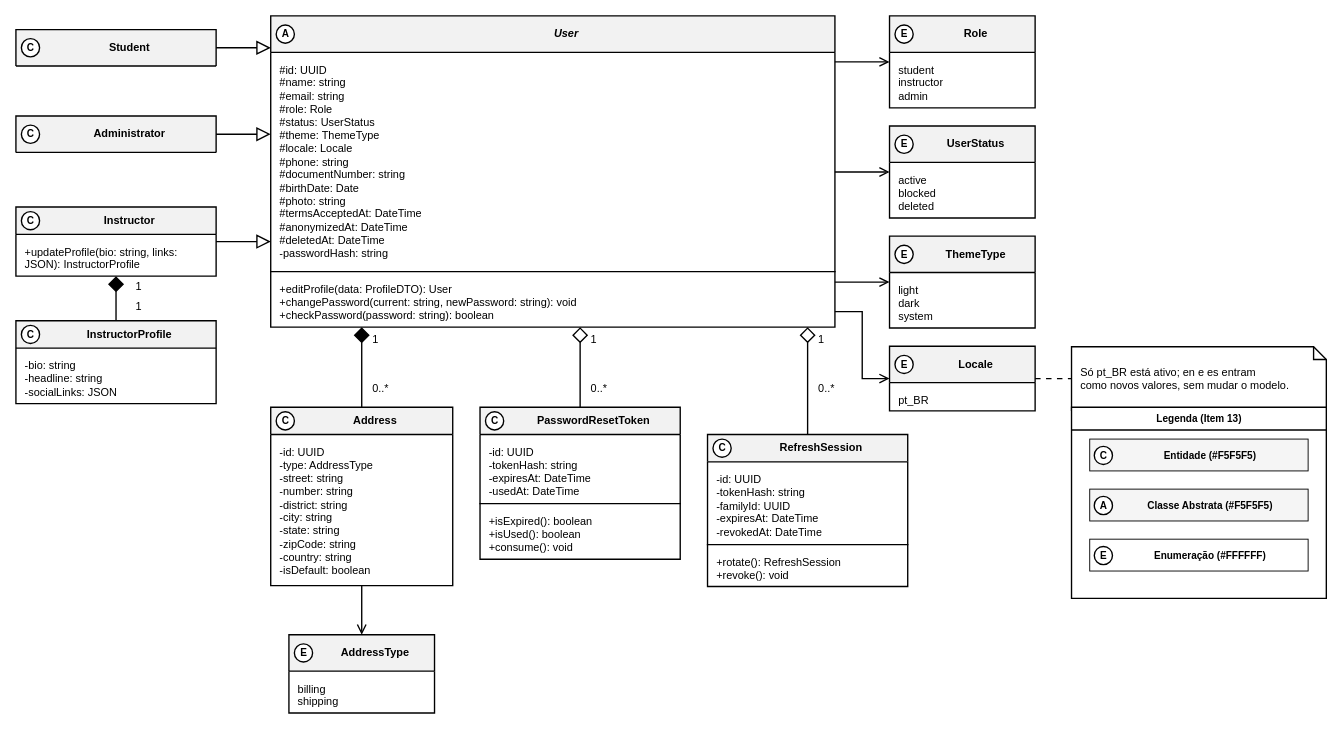
Above: especificacao/diagramas/13-classes-area-a-negocial.drawio in Plataforma-de-Cursos-TCC/plataforma-cursos-docs (draw.io), before the change. Source tidied: cells renumbered, new cells numbered last; positions are measured from the earlier drawing's top-left corner, leaving out a move shared by most shapes. Both pictures are drawn from the tidied source at 91%, with x=0, y=0 at pixel (15, 15).
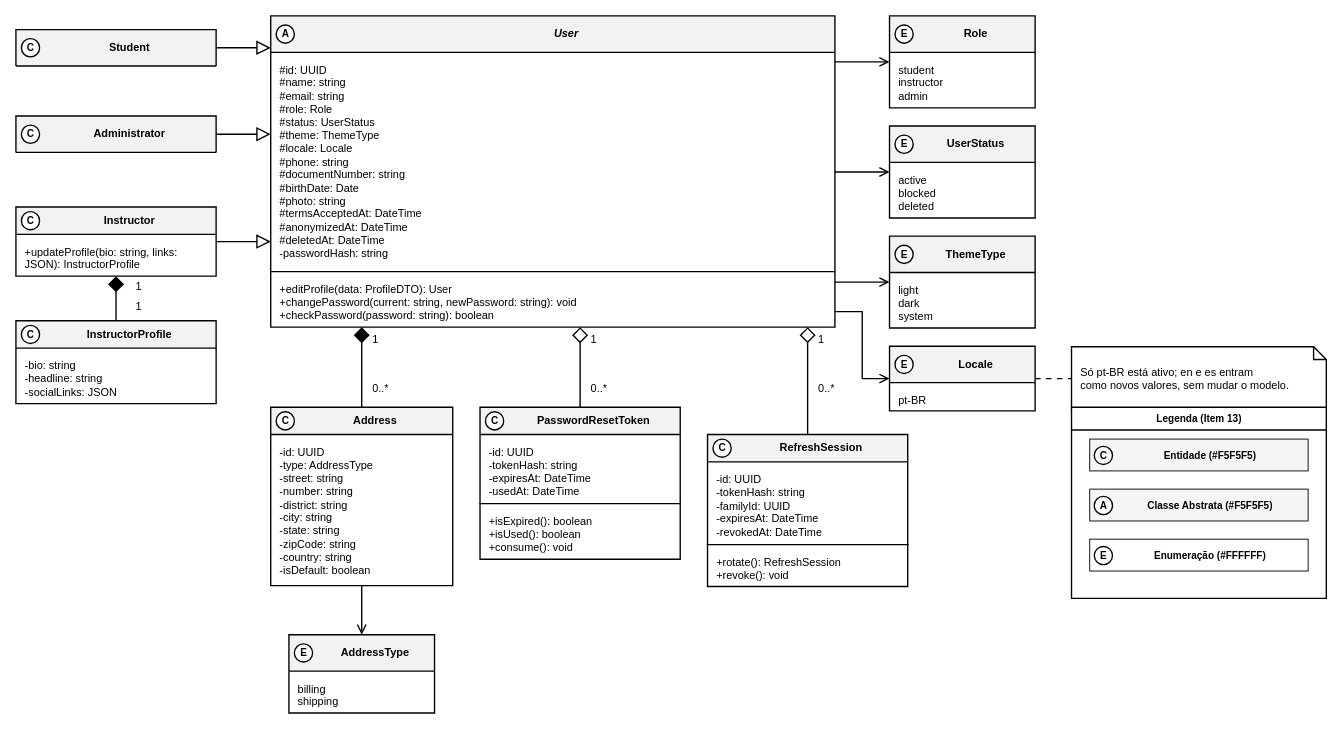
After the change.

Commit message (it also covers changes not shown here):
docs(diagrama-de-classes): align Area A reset expiry, ApiException and locale

Unchanged cells that the change refers to:
```xml
<mxCell id="17" value="&lt;b&gt;Locale&lt;/b&gt;" style="swimlane;fontStyle=0;align=center;verticalAlign=middle;horizontal=1;startSize=40;html=1;whiteSpace=wrap;fontFamily=Helvetica;fontSize=12;fillColor=#F2F2F2;swimlaneFillColor=#FFFFFF;strokeColor=#000000;strokeWidth=1.5;fontColor=#000000;spacingLeft=30;" parent="1" vertex="1">
  <mxGeometry x="960" y="363" width="160" height="71" as="geometry" />
</mxCell>
```

What changed in the source:
```diff
@@
-    <mxCell id="18" value="pt_BR" style="text;strokeColor=none;fillColor=none;align=left;verticalAlign=top;spacingLeft=8;spacingRight=8;spacingTop=6;overflow=hidden;whiteSpace=wrap;html=1;fontFamily=Helvetica;fontSize=12;fontColor=#000000;" parent="17" vertex="1">
+    <mxCell id="18" value="pt-BR" style="text;strokeColor=none;fillColor=none;align=left;verticalAlign=top;spacingLeft=8;spacingRight=8;spacingTop=6;overflow=hidden;whiteSpace=wrap;html=1;fontFamily=Helvetica;fontSize=12;fontColor=#000000;" parent="17" vertex="1">
       <mxGeometry y="40" width="160" height="31" as="geometry" />
     </mxCell>
-    <mxCell id="19" value="Só pt_BR está ativo; en e es entram&lt;br&gt;como novos valores, sem mudar o modelo." style="shape=note;whiteSpace=wrap;html=1;size=14;verticalAlign=middle;align=left;spacingLeft=8;spacingRight=8;fillColor=#FFFFFF;strokeColor=#000000;strokeWidth=1.5;fontFamily=Helvetica;fontSize=12;fontColor=#000000;" parent="1" vertex="1">
+    <mxCell id="19" value="Só pt-BR está ativo; en e es entram&lt;br&gt;como novos valores, sem mudar o modelo." style="shape=note;whiteSpace=wrap;html=1;size=14;verticalAlign=middle;align=left;spacingLeft=8;spacingRight=8;fillColor=#FFFFFF;strokeColor=#000000;strokeWidth=1.5;fontFamily=Helvetica;fontSize=12;fontColor=#000000;" parent="1" vertex="1">
       <mxGeometry x="1160" y="363.5" width="280" height="70" as="geometry" />
     </mxCell>
```
